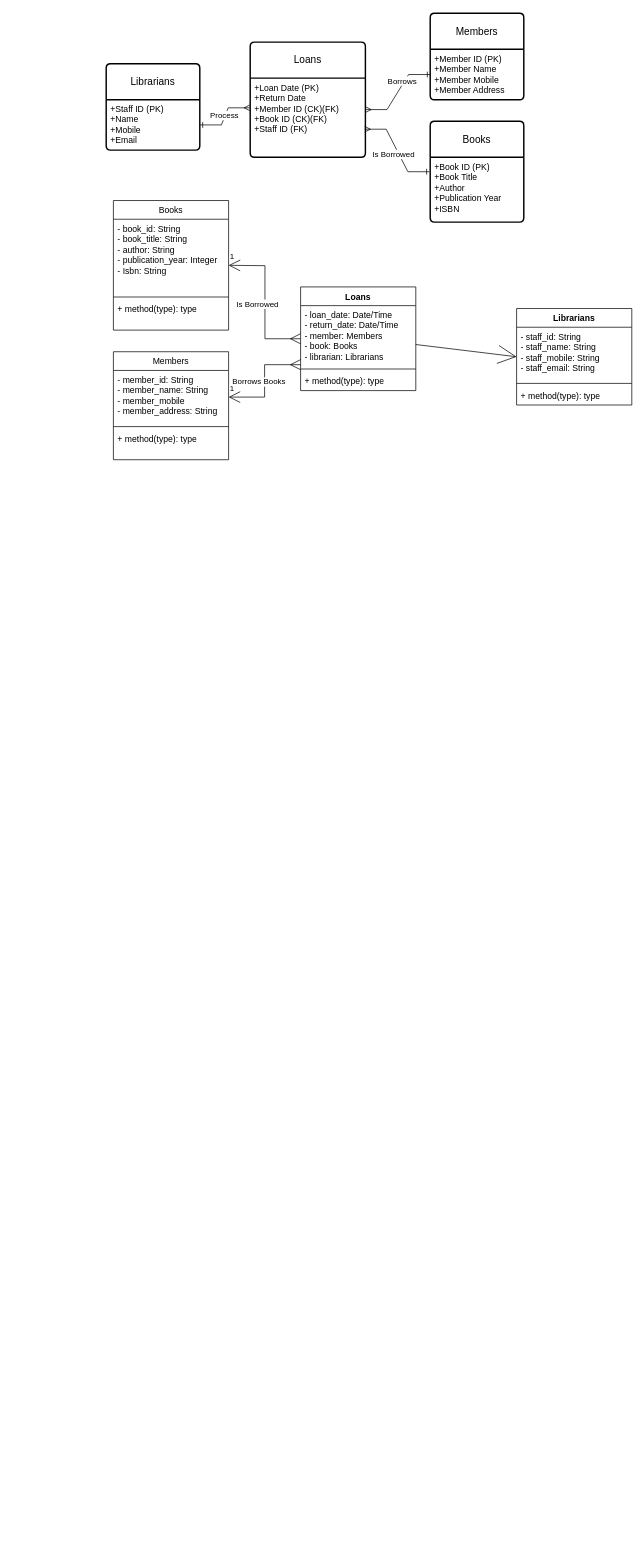
Before: Library.drawio in nasDav321/at1, a draw.io diagram. Source tidied: cells renumbered, new cells numbered last; positions are measured from the earlier drawing's top-left corner, leaving out a move shared by most shapes. Both pictures are drawn from the tidied source at 72%, with x=0, y=0 at pixel (106, 13).
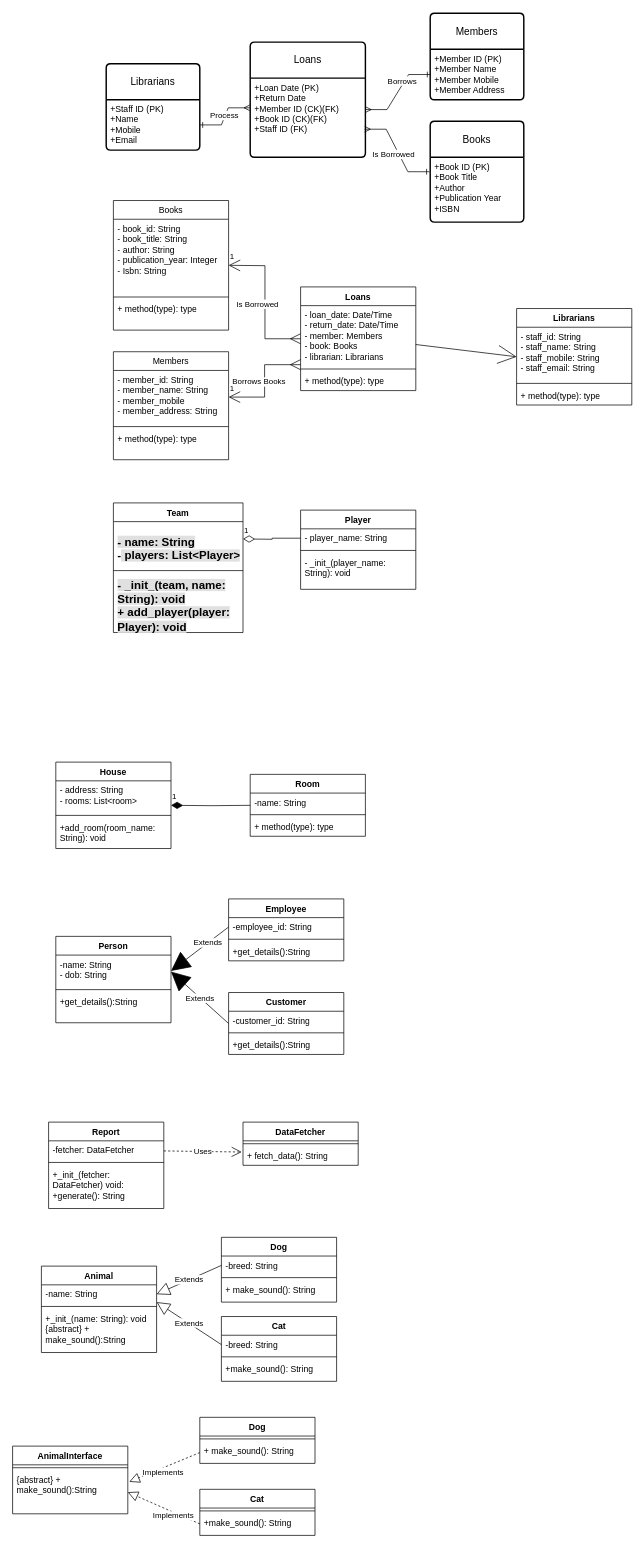
The same diagram, later.

The edit, as a diff of the source:
```diff
@@
+    <mxCell id="37" value="Team" style="swimlane;fontStyle=1;align=center;verticalAlign=top;horizontal=1;startSize=26;whiteSpace=wrap;html=1;" parent="1" vertex="1">
+      <mxGeometry x="10" y="680" width="180" height="180" as="geometry" />
+    </mxCell>
+    <mxCell id="38" value="&lt;pre&gt;&lt;font face=&quot;Helvetica&quot;&gt;&lt;strong style=&quot;font-size: 16px; background-color: rgb(224, 224, 224);&quot;&gt;- name: String&lt;br&gt;&lt;/strong&gt;&lt;span style=&quot;font-size: 16px;&quot;&gt;&lt;b&gt;-&lt;/b&gt;&lt;/span&gt;&lt;strong style=&quot;font-size: 16px; background-color: rgb(224, 224, 224);&quot;&gt;&amp;nbsp;players: List&amp;lt;Player&amp;gt;&lt;/strong&gt;&lt;/font&gt;&lt;/pre&gt;&lt;div&gt;&lt;div&gt;&lt;strong style=&quot;font-family: Arial, sans-serif; font-size: 16px; background-color: rgb(224, 224, 224);&quot;&gt;&lt;br&gt;&lt;/strong&gt;&lt;/div&gt;&lt;/div&gt;" style="text;strokeColor=none;fillColor=none;align=left;verticalAlign=top;spacingLeft=4;spacingRight=4;overflow=hidden;whiteSpace=wrap;html=1;" parent="37" vertex="1">
+      <mxGeometry y="26" width="180" height="64" as="geometry" />
+    </mxCell>
+    <mxCell id="39" style="line;strokeWidth=1;fillColor=none;align=left;verticalAlign=middle;spacingTop=-1;spacingLeft=3;spacingRight=3;labelPosition=right;strokeColor=inherit;" parent="37" vertex="1">
+      <mxGeometry y="90" width="180" height="8" as="geometry" />
+    </mxCell>
+    <mxCell id="40" value="&lt;div&gt;&lt;strong style=&quot;font-family: Arial, sans-serif; font-size: 16px; background-color: rgb(224, 224, 224);&quot;&gt;- _init_(team, name: String): void&lt;/strong&gt;&lt;/div&gt;&lt;strong style=&quot;font-family: Arial, sans-serif; font-size: 16px; background-color: rgb(224, 224, 224);&quot;&gt;+ add_player(player: Player): void&lt;/strong&gt;" style="text;strokeColor=none;fillColor=none;align=left;verticalAlign=top;spacingLeft=4;spacingRight=4;overflow=hidden;whiteSpace=wrap;html=1;" parent="37" vertex="1">
+      <mxGeometry y="98" width="180" height="82" as="geometry" />
+    </mxCell>
+    <mxCell id="41" value="Player" style="swimlane;fontStyle=1;align=center;verticalAlign=top;horizontal=1;startSize=26;whiteSpace=wrap;html=1;" parent="1" vertex="1">
+      <mxGeometry x="270" y="690" width="160" height="110" as="geometry" />
+    </mxCell>
+    <mxCell id="42" value="- player_name: String" style="text;strokeColor=none;fillColor=none;align=left;verticalAlign=top;spacingLeft=4;spacingRight=4;overflow=hidden;points=[[0,0.5],[1,0.5]];portConstraint=eastwest;whiteSpace=wrap;html=1;" parent="41" vertex="1">
+      <mxGeometry y="26" width="160" height="26" as="geometry" />
+    </mxCell>
+    <mxCell id="43" style="line;strokeWidth=1;fillColor=none;align=left;verticalAlign=middle;spacingTop=-1;spacingLeft=3;spacingRight=3;labelPosition=right;strokeColor=inherit;" parent="41" vertex="1">
+      <mxGeometry y="52" width="160" height="8" as="geometry" />
+    </mxCell>
+    <mxCell id="44" value="- _init_(player_name: String): void" style="text;strokeColor=none;fillColor=none;align=left;verticalAlign=top;spacingLeft=4;spacingRight=4;overflow=hidden;whiteSpace=wrap;html=1;" parent="41" vertex="1">
+      <mxGeometry y="60" width="160" height="50" as="geometry" />
+    </mxCell>
+    <mxCell id="45" value="1" style="endArrow=none;html=1;endSize=12;startArrow=diamondThin;startSize=14;startFill=0;edgeStyle=orthogonalEdgeStyle;align=left;verticalAlign=bottom;rounded=0;entryX=0;entryY=0.5;entryDx=0;entryDy=0;endFill=0;" parent="1" edge="1" target="42">
+      <mxGeometry x="-1" y="3" relative="1" as="geometry">
+        <mxPoint x="190" y="730" as="sourcePoint" />
+      </mxGeometry>
+    </mxCell>
+    <mxCell id="46" value="House" style="swimlane;fontStyle=1;align=center;verticalAlign=top;horizontal=1;startSize=26;whiteSpace=wrap;html=1;" parent="1" vertex="1">
+      <mxGeometry x="-70" y="1040" width="160" height="120" as="geometry" />
+    </mxCell>
+    <mxCell id="47" value="- address: String&lt;div&gt;- rooms: List&amp;lt;room&amp;gt;&lt;/div&gt;&lt;div&gt;&lt;br&gt;&lt;/div&gt;" style="text;strokeColor=none;fillColor=none;align=left;verticalAlign=top;spacingLeft=4;spacingRight=4;overflow=hidden;whiteSpace=wrap;html=1;" parent="46" vertex="1">
+      <mxGeometry y="26" width="160" height="44" as="geometry" />
+    </mxCell>
+    <mxCell id="48" style="line;strokeWidth=1;fillColor=none;align=left;verticalAlign=middle;spacingTop=-1;spacingLeft=3;spacingRight=3;labelPosition=right;strokeColor=inherit;" parent="46" vertex="1">
+      <mxGeometry y="70" width="160" height="8" as="geometry" />
+    </mxCell>
+    <mxCell id="49" value="+add_room(room_name: String): void" style="text;strokeColor=none;fillColor=none;align=left;verticalAlign=top;spacingLeft=4;spacingRight=4;overflow=hidden;whiteSpace=wrap;html=1;" parent="46" vertex="1">
+      <mxGeometry y="78" width="160" height="42" as="geometry" />
+    </mxCell>
+    <mxCell id="50" value="Room" style="swimlane;fontStyle=1;align=center;verticalAlign=top;horizontal=1;startSize=26;whiteSpace=wrap;html=1;" parent="1" vertex="1">
+      <mxGeometry x="200" y="1057" width="160" height="86" as="geometry" />
+    </mxCell>
+    <mxCell id="51" value="-name: String" style="text;strokeColor=none;fillColor=none;align=left;verticalAlign=top;spacingLeft=4;spacingRight=4;overflow=hidden;whiteSpace=wrap;html=1;" parent="50" vertex="1">
+      <mxGeometry y="26" width="160" height="26" as="geometry" />
+    </mxCell>
+    <mxCell id="52" style="line;strokeWidth=1;fillColor=none;align=left;verticalAlign=middle;spacingTop=-1;spacingLeft=3;spacingRight=3;labelPosition=right;strokeColor=inherit;" parent="50" vertex="1">
+      <mxGeometry y="52" width="160" height="8" as="geometry" />
+    </mxCell>
+    <mxCell id="53" value="+ method(type): type" style="text;strokeColor=none;fillColor=none;align=left;verticalAlign=top;spacingLeft=4;spacingRight=4;overflow=hidden;whiteSpace=wrap;html=1;" parent="50" vertex="1">
+      <mxGeometry y="60" width="160" height="26" as="geometry" />
+    </mxCell>
+    <mxCell id="54" value="1" style="endArrow=none;html=1;endSize=12;startArrow=diamondThin;startSize=14;startFill=1;edgeStyle=orthogonalEdgeStyle;align=left;verticalAlign=bottom;rounded=0;entryX=0;entryY=0.5;entryDx=0;entryDy=0;endFill=0;" parent="1" edge="1" target="50">
+      <mxGeometry x="-1" y="3" relative="1" as="geometry">
+        <mxPoint x="90" y="1100" as="sourcePoint" />
+      </mxGeometry>
+    </mxCell>
+    <mxCell id="55" value="Person" style="swimlane;fontStyle=1;align=center;verticalAlign=top;horizontal=1;startSize=26;whiteSpace=wrap;html=1;" parent="1" vertex="1">
+      <mxGeometry x="-70" y="1282" width="160" height="120" as="geometry" />
+    </mxCell>
+    <mxCell id="56" value="-name: String&lt;div&gt;- dob: String&lt;/div&gt;" style="text;strokeColor=none;fillColor=none;align=left;verticalAlign=top;spacingLeft=4;spacingRight=4;overflow=hidden;points=[[0,0.5],[1,0.5]];portConstraint=eastwest;whiteSpace=wrap;html=1;" parent="55" vertex="1">
+      <mxGeometry y="26" width="160" height="44" as="geometry" />
+    </mxCell>
+    <mxCell id="57" style="line;strokeWidth=1;fillColor=none;align=left;verticalAlign=middle;spacingTop=-1;spacingLeft=3;spacingRight=3;labelPosition=right;strokeColor=inherit;" parent="55" vertex="1">
+      <mxGeometry y="70" width="160" height="8" as="geometry" />
+    </mxCell>
+    <mxCell id="58" value="+get_details():String" style="text;strokeColor=none;fillColor=none;align=left;verticalAlign=top;spacingLeft=4;spacingRight=4;overflow=hidden;whiteSpace=wrap;html=1;" parent="55" vertex="1">
+      <mxGeometry y="78" width="160" height="42" as="geometry" />
+    </mxCell>
+    <mxCell id="59" value="Employee" style="swimlane;fontStyle=1;align=center;verticalAlign=top;horizontal=1;startSize=26;whiteSpace=wrap;html=1;" parent="1" vertex="1">
+      <mxGeometry x="170" y="1230" width="160" height="86" as="geometry" />
+    </mxCell>
+    <mxCell id="60" value="-employee_id: String" style="text;strokeColor=none;fillColor=none;align=left;verticalAlign=top;spacingLeft=4;spacingRight=4;overflow=hidden;points=[[0,0.5],[1,0.5]];portConstraint=eastwest;whiteSpace=wrap;html=1;" parent="59" vertex="1">
+      <mxGeometry y="26" width="160" height="26" as="geometry" />
+    </mxCell>
+    <mxCell id="61" style="line;strokeWidth=1;fillColor=none;align=left;verticalAlign=middle;spacingTop=-1;spacingLeft=3;spacingRight=3;labelPosition=right;strokeColor=inherit;" parent="59" vertex="1">
+      <mxGeometry y="52" width="160" height="8" as="geometry" />
+    </mxCell>
+    <mxCell id="62" value="+get_details():String" style="text;strokeColor=none;fillColor=none;align=left;verticalAlign=top;spacingLeft=4;spacingRight=4;overflow=hidden;whiteSpace=wrap;html=1;" parent="59" vertex="1">
+      <mxGeometry y="60" width="160" height="26" as="geometry" />
+    </mxCell>
+    <mxCell id="63" value="Customer" style="swimlane;fontStyle=1;align=center;verticalAlign=top;horizontal=1;startSize=26;whiteSpace=wrap;html=1;" parent="1" vertex="1">
+      <mxGeometry x="170" y="1360" width="160" height="86" as="geometry" />
+    </mxCell>
+    <mxCell id="64" value="-customer_id: String" style="text;strokeColor=none;fillColor=none;align=left;verticalAlign=top;spacingLeft=4;spacingRight=4;overflow=hidden;whiteSpace=wrap;html=1;" parent="63" vertex="1">
+      <mxGeometry y="26" width="160" height="26" as="geometry" />
+    </mxCell>
+    <mxCell id="65" style="line;strokeWidth=1;fillColor=none;align=left;verticalAlign=middle;spacingTop=-1;spacingLeft=3;spacingRight=3;labelPosition=right;strokeColor=inherit;" parent="63" vertex="1">
+      <mxGeometry y="52" width="160" height="8" as="geometry" />
+    </mxCell>
+    <mxCell id="66" value="+get_details():String" style="text;strokeColor=none;fillColor=none;align=left;verticalAlign=top;spacingLeft=4;spacingRight=4;overflow=hidden;whiteSpace=wrap;html=1;" parent="63" vertex="1">
+      <mxGeometry y="60" width="160" height="26" as="geometry" />
+    </mxCell>
+    <mxCell id="67" style="endArrow=block;endFill=1;endSize=24;html=1;rounded=0;entryX=1;entryY=0.5;entryDx=0;entryDy=0;exitX=0;exitY=0.5;exitDx=0;exitDy=0;" parent="1" edge="1" source="60" target="56">
+      <mxGeometry relative="1" as="geometry" />
+    </mxCell>
+    <mxCell id="68" value="Extends" style="edgeLabel;html=1;align=center;verticalAlign=middle;" parent="67" vertex="1">
+      <mxGeometry x="-0.28" y="-1" relative="1" as="geometry" />
+    </mxCell>
+    <mxCell id="69" style="endArrow=block;endFill=1;endSize=24;html=1;rounded=0;exitX=0;exitY=0.5;exitDx=0;exitDy=0;" parent="1" edge="1" source="63">
+      <mxGeometry relative="1" as="geometry">
+        <mxPoint x="90" y="1331" as="targetPoint" />
+      </mxGeometry>
+    </mxCell>
+    <mxCell id="70" value="Extends" style="edgeLabel;html=1;align=center;verticalAlign=middle;" parent="69" vertex="1">
+      <mxGeometry x="-0.02" y="1" relative="1" as="geometry">
+        <mxPoint y="-1" as="offset" />
+      </mxGeometry>
+    </mxCell>
+    <mxCell id="71" value="Report" style="swimlane;fontStyle=1;align=center;verticalAlign=top;horizontal=1;startSize=26;whiteSpace=wrap;html=1;" parent="1" vertex="1">
+      <mxGeometry x="-80" y="1540" width="160" height="120" as="geometry" />
+    </mxCell>
+    <mxCell id="72" value="-fetcher: DataFetcher" style="text;strokeColor=none;fillColor=none;align=left;verticalAlign=top;spacingLeft=4;spacingRight=4;overflow=hidden;whiteSpace=wrap;html=1;" parent="71" vertex="1">
+      <mxGeometry y="26" width="160" height="26" as="geometry" />
+    </mxCell>
+    <mxCell id="73" style="line;strokeWidth=1;fillColor=none;align=left;verticalAlign=middle;spacingTop=-1;spacingLeft=3;spacingRight=3;labelPosition=right;strokeColor=inherit;" parent="71" vertex="1">
+      <mxGeometry y="52" width="160" height="8" as="geometry" />
+    </mxCell>
+    <mxCell id="74" value="+_init_(fetcher: DataFetcher) void:&lt;div&gt;+generate(): String&lt;/div&gt;" style="text;strokeColor=none;fillColor=none;align=left;verticalAlign=top;spacingLeft=4;spacingRight=4;overflow=hidden;whiteSpace=wrap;html=1;" parent="71" vertex="1">
+      <mxGeometry y="60" width="160" height="60" as="geometry" />
+    </mxCell>
+    <mxCell id="75" value="DataFetcher" style="swimlane;fontStyle=1;align=center;verticalAlign=top;horizontal=1;startSize=26;whiteSpace=wrap;html=1;" parent="1" vertex="1">
+      <mxGeometry x="190" y="1540" width="160" height="60" as="geometry" />
+    </mxCell>
+    <mxCell id="76" style="line;strokeWidth=1;fillColor=none;align=left;verticalAlign=middle;spacingTop=-1;spacingLeft=3;spacingRight=3;labelPosition=right;strokeColor=inherit;" parent="75" vertex="1">
+      <mxGeometry y="26" width="160" height="8" as="geometry" />
+    </mxCell>
+    <mxCell id="77" value="+ fetch_data(): String" style="text;strokeColor=none;fillColor=none;align=left;verticalAlign=top;spacingLeft=4;spacingRight=4;overflow=hidden;points=[[0,0.5],[1,0.5]];portConstraint=eastwest;whiteSpace=wrap;html=1;" parent="75" vertex="1">
+      <mxGeometry y="34" width="160" height="26" as="geometry" />
+    </mxCell>
+    <mxCell id="78" value="Uses" style="endArrow=open;endSize=12;dashed=1;html=1;rounded=0;entryX=-0.011;entryY=0.29;entryDx=0;entryDy=0;entryPerimeter=0;" parent="1" edge="1" target="77">
+      <mxGeometry relative="1" as="geometry">
+        <mxPoint x="80" y="1580" as="sourcePoint" />
+      </mxGeometry>
+    </mxCell>
+    <mxCell id="79" value="Animal" style="swimlane;fontStyle=1;align=center;verticalAlign=top;horizontal=1;startSize=26;whiteSpace=wrap;html=1;" parent="1" vertex="1">
+      <mxGeometry x="-90" y="1740" width="160" height="120" as="geometry" />
+    </mxCell>
+    <mxCell id="80" value="-name: String" style="text;strokeColor=none;fillColor=none;align=left;verticalAlign=top;spacingLeft=4;spacingRight=4;overflow=hidden;points=[[0,0.5],[1,0.5]];portConstraint=eastwest;whiteSpace=wrap;html=1;" parent="79" vertex="1">
+      <mxGeometry y="26" width="160" height="26" as="geometry" />
+    </mxCell>
+    <mxCell id="81" style="line;strokeWidth=1;fillColor=none;align=left;verticalAlign=middle;spacingTop=-1;spacingLeft=3;spacingRight=3;labelPosition=right;strokeColor=inherit;" parent="79" vertex="1">
+      <mxGeometry y="52" width="160" height="8" as="geometry" />
+    </mxCell>
+    <mxCell id="82" value="+_init_(name: String): void&lt;div&gt;{abstract} + make_sound():String&lt;/div&gt;" style="text;strokeColor=none;fillColor=none;align=left;verticalAlign=top;spacingLeft=4;spacingRight=4;overflow=hidden;whiteSpace=wrap;html=1;" parent="79" vertex="1">
+      <mxGeometry y="60" width="160" height="60" as="geometry" />
+    </mxCell>
+    <mxCell id="83" value="Dog" style="swimlane;fontStyle=1;align=center;verticalAlign=top;horizontal=1;startSize=26;whiteSpace=wrap;html=1;" parent="1" vertex="1">
+      <mxGeometry x="160" y="1700" width="160" height="90" as="geometry" />
+    </mxCell>
+    <mxCell id="84" value="-breed: String" style="text;strokeColor=none;fillColor=none;align=left;verticalAlign=top;spacingLeft=4;spacingRight=4;overflow=hidden;points=[[0,0.5],[1,0.5]];portConstraint=eastwest;whiteSpace=wrap;html=1;" parent="83" vertex="1">
+      <mxGeometry y="26" width="160" height="26" as="geometry" />
+    </mxCell>
+    <mxCell id="85" style="line;strokeWidth=1;fillColor=none;align=left;verticalAlign=middle;spacingTop=-1;spacingLeft=3;spacingRight=3;labelPosition=right;strokeColor=inherit;" parent="83" vertex="1">
+      <mxGeometry y="52" width="160" height="8" as="geometry" />
+    </mxCell>
+    <mxCell id="86" value="+ make_sound(): String" style="text;strokeColor=none;fillColor=none;align=left;verticalAlign=top;spacingLeft=4;spacingRight=4;overflow=hidden;whiteSpace=wrap;html=1;" parent="83" vertex="1">
+      <mxGeometry y="60" width="160" height="30" as="geometry" />
+    </mxCell>
+    <mxCell id="87" value="Cat" style="swimlane;fontStyle=1;align=center;verticalAlign=top;horizontal=1;startSize=26;whiteSpace=wrap;html=1;" parent="1" vertex="1">
+      <mxGeometry x="160" y="1810" width="160" height="90" as="geometry" />
+    </mxCell>
+    <mxCell id="88" value="-breed: String" style="text;strokeColor=none;fillColor=none;align=left;verticalAlign=top;spacingLeft=4;spacingRight=4;overflow=hidden;points=[[0,0.5],[1,0.5]];portConstraint=eastwest;whiteSpace=wrap;html=1;" parent="87" vertex="1">
+      <mxGeometry y="26" width="160" height="26" as="geometry" />
+    </mxCell>
+    <mxCell id="89" style="line;strokeWidth=1;fillColor=none;align=left;verticalAlign=middle;spacingTop=-1;spacingLeft=3;spacingRight=3;labelPosition=right;strokeColor=inherit;" parent="87" vertex="1">
+      <mxGeometry y="52" width="160" height="8" as="geometry" />
+    </mxCell>
+    <mxCell id="90" value="+make_sound(): String" style="text;strokeColor=none;fillColor=none;align=left;verticalAlign=top;spacingLeft=4;spacingRight=4;overflow=hidden;whiteSpace=wrap;html=1;" parent="87" vertex="1">
+      <mxGeometry y="60" width="160" height="30" as="geometry" />
+    </mxCell>
+    <mxCell id="91" value="Extends" style="endArrow=block;endSize=16;endFill=0;html=1;rounded=0;entryX=1;entryY=0.5;entryDx=0;entryDy=0;exitX=0;exitY=0.5;exitDx=0;exitDy=0;" parent="1" edge="1" source="84" target="80">
+      <mxGeometry relative="1" as="geometry" />
+    </mxCell>
+    <mxCell id="92" value="Extends" style="endArrow=block;endSize=16;endFill=0;html=1;rounded=0;exitX=0;exitY=0.5;exitDx=0;exitDy=0;" parent="1" edge="1" source="88">
+      <mxGeometry relative="1" as="geometry">
+        <mxPoint x="70" y="1790" as="targetPoint" />
+      </mxGeometry>
+    </mxCell>
+    <mxCell id="93" value="AnimalInterface" style="swimlane;fontStyle=1;align=center;verticalAlign=top;horizontal=1;startSize=26;whiteSpace=wrap;html=1;" parent="1" vertex="1">
+      <mxGeometry x="-130" y="1990" width="160" height="94" as="geometry" />
+    </mxCell>
+    <mxCell id="94" style="line;strokeWidth=1;fillColor=none;align=left;verticalAlign=middle;spacingTop=-1;spacingLeft=3;spacingRight=3;labelPosition=right;strokeColor=inherit;" parent="93" vertex="1">
+      <mxGeometry y="26" width="160" height="8" as="geometry" />
+    </mxCell>
+    <mxCell id="95" value="&lt;div&gt;{abstract} + make_sound():String&lt;/div&gt;" style="text;strokeColor=none;fillColor=none;align=left;verticalAlign=top;spacingLeft=4;spacingRight=4;overflow=hidden;points=[[0,0.5],[1,0.5]];portConstraint=eastwest;whiteSpace=wrap;html=1;" parent="93" vertex="1">
+      <mxGeometry y="34" width="160" height="60" as="geometry" />
+    </mxCell>
+    <mxCell id="96" value="Dog" style="swimlane;fontStyle=1;align=center;verticalAlign=top;horizontal=1;startSize=26;whiteSpace=wrap;html=1;" parent="1" vertex="1">
+      <mxGeometry x="130" y="1950" width="160" height="64" as="geometry" />
+    </mxCell>
+    <mxCell id="97" style="line;strokeWidth=1;fillColor=none;align=left;verticalAlign=middle;spacingTop=-1;spacingLeft=3;spacingRight=3;labelPosition=right;strokeColor=inherit;" parent="96" vertex="1">
+      <mxGeometry y="26" width="160" height="8" as="geometry" />
+    </mxCell>
+    <mxCell id="98" value="+ make_sound(): String" style="text;strokeColor=none;fillColor=none;align=left;verticalAlign=top;spacingLeft=4;spacingRight=4;overflow=hidden;points=[[0,0.5],[1,0.5]];portConstraint=eastwest;whiteSpace=wrap;html=1;" parent="96" vertex="1">
+      <mxGeometry y="34" width="160" height="30" as="geometry" />
+    </mxCell>
+    <mxCell id="99" value="Cat" style="swimlane;fontStyle=1;align=center;verticalAlign=top;horizontal=1;startSize=26;whiteSpace=wrap;html=1;" parent="1" vertex="1">
+      <mxGeometry x="130" y="2050" width="160" height="64" as="geometry" />
+    </mxCell>
+    <mxCell id="100" style="line;strokeWidth=1;fillColor=none;align=left;verticalAlign=middle;spacingTop=-1;spacingLeft=3;spacingRight=3;labelPosition=right;strokeColor=inherit;" parent="99" vertex="1">
+      <mxGeometry y="26" width="160" height="8" as="geometry" />
+    </mxCell>
+    <mxCell id="101" value="+make_sound(): String" style="text;strokeColor=none;fillColor=none;align=left;verticalAlign=top;spacingLeft=4;spacingRight=4;overflow=hidden;whiteSpace=wrap;html=1;" parent="99" vertex="1">
+      <mxGeometry y="34" width="160" height="30" as="geometry" />
+    </mxCell>
+    <mxCell id="102" style="endArrow=block;dashed=1;endFill=0;endSize=12;html=1;rounded=0;entryX=1.013;entryY=0.259;entryDx=0;entryDy=0;entryPerimeter=0;exitX=0;exitY=0.5;exitDx=0;exitDy=0;" parent="1" edge="1" source="98" target="95">
+      <mxGeometry relative="1" as="geometry" />
+    </mxCell>
+    <mxCell id="103" value="Implements" style="edgeLabel;html=1;align=center;verticalAlign=middle;" parent="102" vertex="1">
+      <mxGeometry x="0.1" y="5" relative="1" as="geometry" />
+    </mxCell>
+    <mxCell id="104" style="endArrow=block;dashed=1;endFill=0;endSize=12;html=1;rounded=0;entryX=1;entryY=0.5;entryDx=0;entryDy=0;exitX=0;exitY=0.75;exitDx=0;exitDy=0;" parent="1" edge="1" source="99" target="95">
+      <mxGeometry relative="1" as="geometry" />
+    </mxCell>
+    <mxCell id="105" value="Implements" style="edgeLabel;html=1;align=center;verticalAlign=middle;" parent="104" vertex="1">
+      <mxGeometry x="-0.29" y="5" relative="1" as="geometry" />
+    </mxCell>
```
